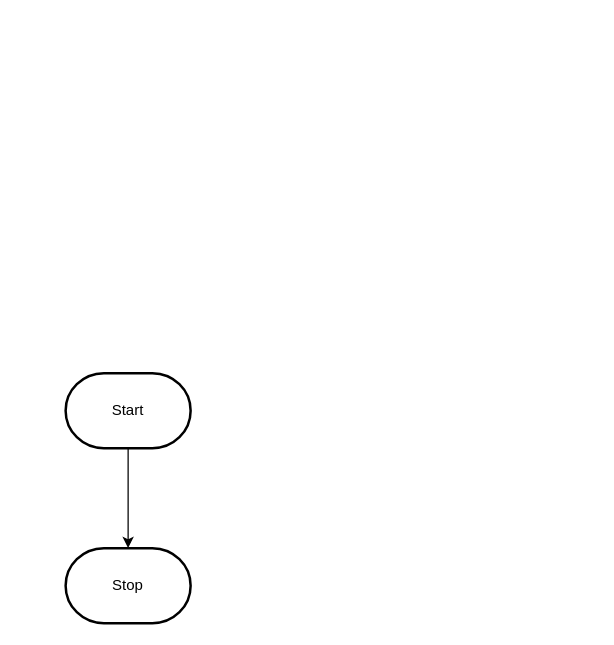
Before: design/flowchart.drawio in MTHS-ICS2O-2-2022/ICS2O-Unit-3-03-alyssia-fung, a draw.io diagram. Source tidied: cells renumbered, new cells numbered last; positions are measured from the earlier drawing's top-left corner, leaving out a move shared by most shapes. Both pictures are drawn from the tidied source at 125%, with x=0, y=0 at pixel (65, 372).
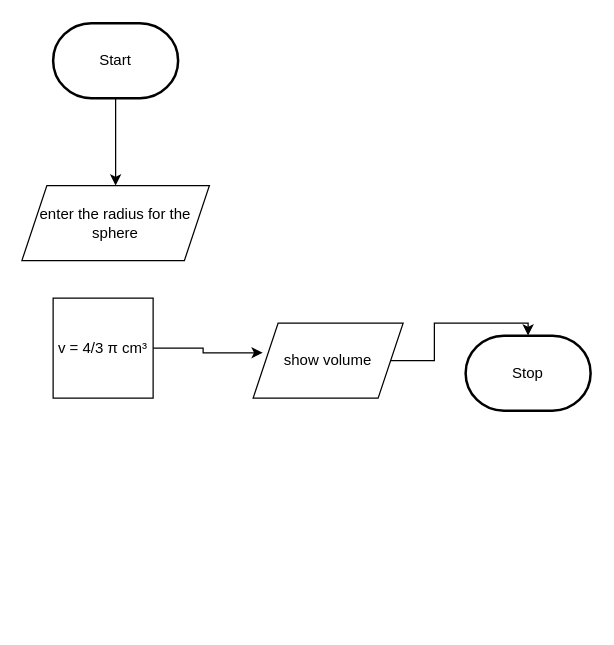
After the change.

The edit, as a diff of the source:
```diff
@@
 <mxGraphModel>
   <root>
     <mxCell id="0" />
     <mxCell id="1" parent="0" />
-    <mxCell id="2" style="edgeStyle=orthogonalEdgeStyle;html=1;rounded=0;" parent="1" edge="1" source="3" target="4">
-      <mxGeometry relative="1" as="geometry" />
-    </mxCell>
+    <mxCell id="5" style="edgeStyle=orthogonalEdgeStyle;rounded=0;html=1;" parent="1" edge="1" source="3" target="6">
+      <mxGeometry relative="1" as="geometry" />
+    </mxCell>
     <mxCell id="3" value="Start" style="strokeWidth=2;html=1;shape=mxgraph.flowchart.terminator;whiteSpace=wrap;" parent="1" vertex="1">
-      <mxGeometry width="100" height="60" as="geometry" />
+      <mxGeometry x="-10" y="-280" width="100" height="60" as="geometry" />
     </mxCell>
     <mxCell id="4" value="Stop" style="strokeWidth=2;html=1;shape=mxgraph.flowchart.terminator;whiteSpace=wrap;" parent="1" vertex="1">
-      <mxGeometry y="140" width="100" height="60" as="geometry" />
+      <mxGeometry x="320" y="-30" width="100" height="60" as="geometry" />
     </mxCell>
+    <mxCell id="6" value="enter the radius for the sphere" style="shape=parallelogram;perimeter=parallelogramPerimeter;whiteSpace=wrap;html=1;fixedSize=1;" parent="1" vertex="1">
+      <mxGeometry x="-35" y="-150" width="150" height="60" as="geometry" />
+    </mxCell>
+    <mxCell id="7" style="edgeStyle=orthogonalEdgeStyle;rounded=0;html=1;entryX=0.064;entryY=0.395;entryDx=0;entryDy=0;entryPerimeter=0;" parent="1" edge="1" source="8" target="10">
+      <mxGeometry relative="1" as="geometry" />
+    </mxCell>
+    <mxCell id="8" value="v = 4/3 π cm³" style="whiteSpace=wrap;html=1;" parent="1" vertex="1">
+      <mxGeometry x="-10" y="-60" width="80" height="80" as="geometry" />
+    </mxCell>
+    <mxCell id="9" style="edgeStyle=orthogonalEdgeStyle;rounded=0;html=1;entryX=0.5;entryY=0;entryDx=0;entryDy=0;entryPerimeter=0;" parent="1" edge="1" source="10" target="4">
+      <mxGeometry relative="1" as="geometry" />
+    </mxCell>
+    <mxCell id="10" value="show volume" style="shape=parallelogram;perimeter=parallelogramPerimeter;whiteSpace=wrap;html=1;fixedSize=1;" parent="1" vertex="1">
+      <mxGeometry x="150" y="-40" width="120" height="60" as="geometry" />
+    </mxCell>
   </root>
 </mxGraphModel>
```
